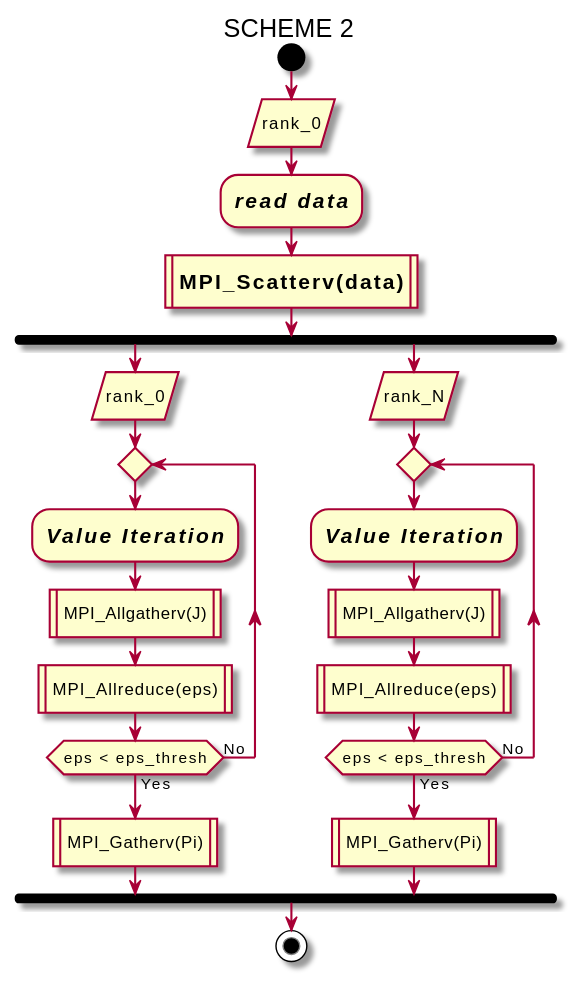
Earlier version of the PlantUML export out/src/scheme2/scheme2.svg (hashkode/hpcfmi-mpivi).
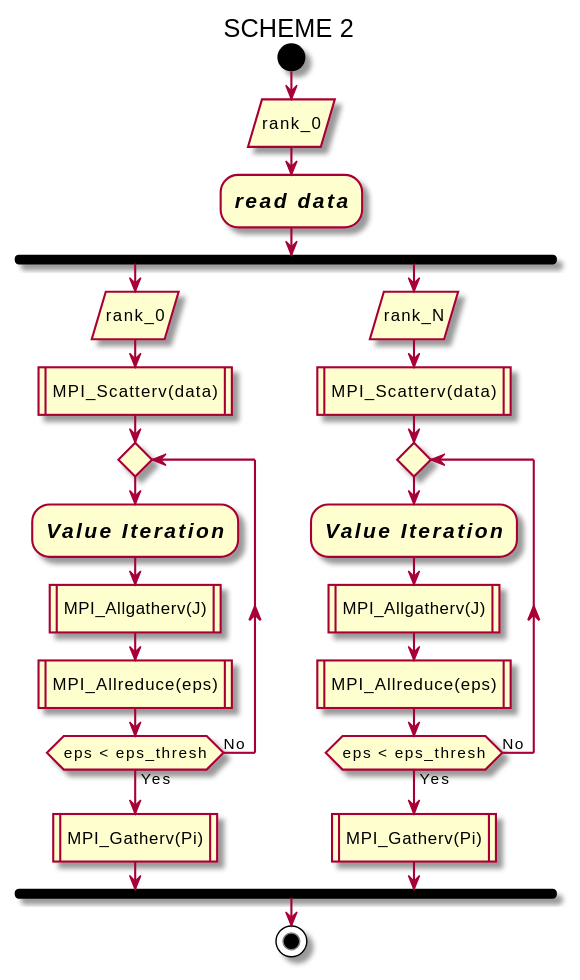
The same diagram one commit later.

The edit, as a diff of the source:
```diff
@@ -3,9 +3,9 @@
 start
     :rank_0/
     :<size:15><i><b>read data</b></i></size>;
-:<size:15><b>MPI_Scatterv(data)</b></size>|
 fork
     :rank_0/
+    :MPI_Scatterv(data)|
 repeat
     :<size:15><i><b>Value Iteration</b></i></size>;
     :MPI_Allgatherv(J)|
@@ -14,6 +14,7 @@
 :MPI_Gatherv(Pi)|
 fork again
     :rank_N/
+    :MPI_Scatterv(data)|
 repeat
     :<size:15><i><b>Value Iteration</b></i></size>;
     :MPI_Allgatherv(J)|
```
